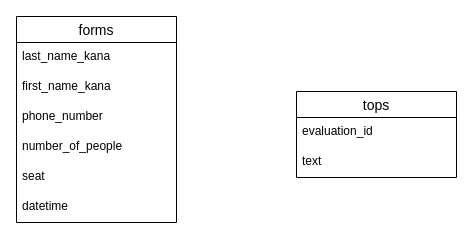
The draw.io diagram test.dio in hirona96/izakaya-kakusuke, before the edit. Source tidied: cells renumbered, new cells numbered last; positions are measured from the earlier drawing's top-left corner, leaving out a move shared by most shapes. Both pictures are drawn from the tidied source at 100%, with x=0, y=0 at pixel (16, 16).
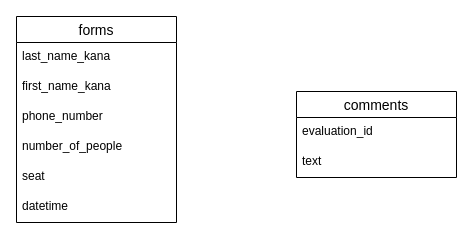
Above is the later version.

Commit message (it also covers changes not shown here):
DB設計の修正

Diff of the diagram source:
```diff
@@
 <mxGraphModel>
   <root>
     <mxCell id="0" />
     <mxCell id="1" parent="0" />
-    <mxCell id="2" value="tops" style="swimlane;fontStyle=0;horizontal=1;startSize=26;align=center;fontSize=14;" parent="1" vertex="1">
+    <mxCell id="2" value="comments" style="swimlane;fontStyle=0;horizontal=1;startSize=26;align=center;fontSize=14;" parent="1" vertex="1">
       <mxGeometry x="280" y="75" width="160" height="86" as="geometry" />
     </mxCell>
     <mxCell id="3" value="evaluation_id" style="text;strokeColor=none;fillColor=none;spacingLeft=4;spacingRight=4;overflow=hidden;fontSize=12;" parent="2" vertex="1">
       <mxGeometry y="26" width="160" height="30" as="geometry" />
     </mxCell>
     <mxCell id="4" value="text" style="text;strokeColor=none;fillColor=none;spacingLeft=4;spacingRight=4;overflow=hidden;fontSize=12;" parent="2" vertex="1">
       <mxGeometry y="56" width="160" height="30" as="geometry" />
     </mxCell>
     <mxCell id="5" value="forms" style="swimlane;fontStyle=0;horizontal=1;startSize=26;align=center;fontSize=14;" parent="1" vertex="1">
       <mxGeometry width="160" height="206" as="geometry" />
     </mxCell>
     <mxCell id="6" value="last_name_kana" style="text;strokeColor=none;fillColor=none;spacingLeft=4;spacingRight=4;overflow=hidden;fontSize=12;" parent="5" vertex="1">
       <mxGeometry y="26" width="160" height="30" as="geometry" />
     </mxCell>
     <mxCell id="7" value="first_name_kana" style="text;strokeColor=none;fillColor=none;spacingLeft=4;spacingRight=4;overflow=hidden;fontSize=12;" parent="5" vertex="1">
       <mxGeometry y="56" width="160" height="30" as="geometry" />
     </mxCell>
     <mxCell id="8" value="phone_number" style="text;strokeColor=none;fillColor=none;spacingLeft=4;spacingRight=4;overflow=hidden;fontSize=12;" parent="5" vertex="1">
       <mxGeometry y="86" width="160" height="30" as="geometry" />
     </mxCell>
     <mxCell id="9" value="number_of_people&#10;" style="text;strokeColor=none;fillColor=none;spacingLeft=4;spacingRight=4;overflow=hidden;fontSize=12;" parent="5" vertex="1">
       <mxGeometry y="116" width="160" height="30" as="geometry" />
     </mxCell>
     <mxCell id="10" value="seat" style="text;strokeColor=none;fillColor=none;spacingLeft=4;spacingRight=4;overflow=hidden;fontSize=12;" parent="5" vertex="1">
       <mxGeometry y="146" width="160" height="30" as="geometry" />
     </mxCell>
     <mxCell id="11" value="datetime" style="text;strokeColor=none;fillColor=none;spacingLeft=4;spacingRight=4;overflow=hidden;fontSize=12;" parent="5" vertex="1">
       <mxGeometry y="176" width="160" height="30" as="geometry" />
     </mxCell>
   </root>
 </mxGraphModel>
```
